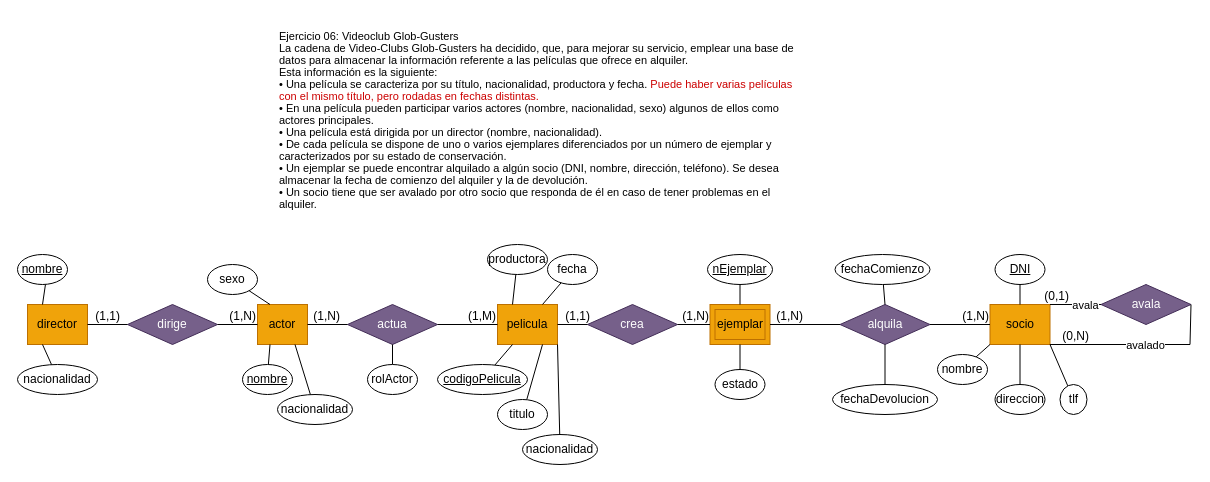
Earlier version of the draw.io diagram RelacionEjercicios2/ejercicio6.drawio (Neixxl/BaseDeDatos). Source tidied: cells renumbered, new cells numbered last; positions are measured from the earlier drawing's top-left corner, leaving out a move shared by most shapes. Both pictures are drawn from the tidied source at 100%, with x=0, y=0 at pixel (17, 24).
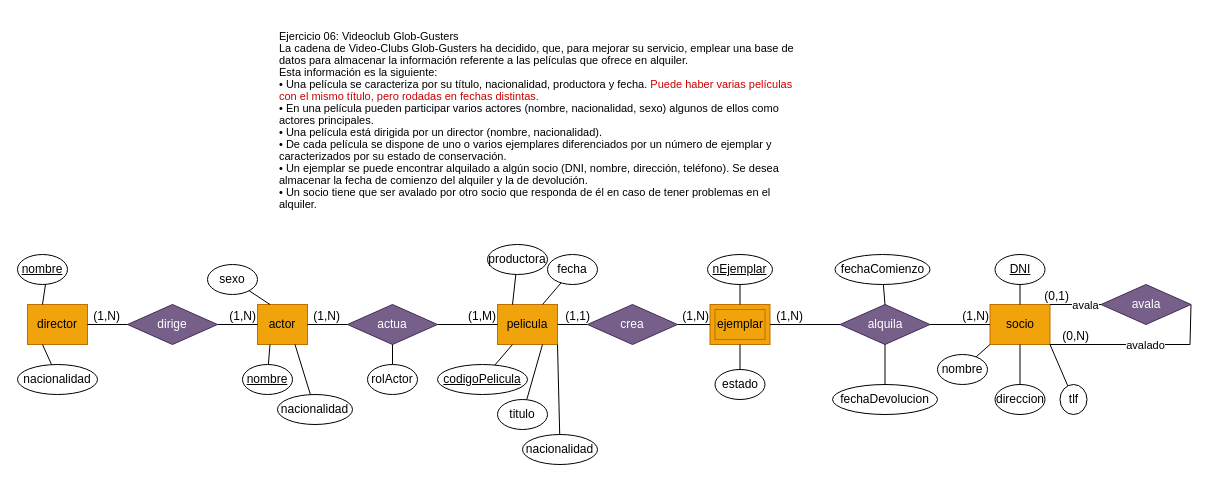
Above is the later version.

Unchanged cells that the change refers to:
```xml
<mxCell id="10" style="endArrow=none;html=1;rounded=0;exitX=0;exitY=0.5;exitDx=0;exitDy=0;entryX=1;entryY=0.5;entryDx=0;entryDy=0;" parent="1" edge="1" source="9" target="4">
  <mxGeometry relative="1" as="geometry" />
</mxCell>
```

What changed in the source:
```diff
@@
-    <mxCell id="11" value="(1,1)" style="html=1;whiteSpace=wrap;align=right;verticalAlign=bottom;" parent="10" vertex="1">
+    <mxCell id="11" value="(1,N)" style="html=1;whiteSpace=wrap;align=right;verticalAlign=bottom;" parent="10" vertex="1">
       <mxGeometry x="1" relative="1" as="geometry">
         <mxPoint x="34" as="offset" />
       </mxGeometry>
     </mxCell>
```
